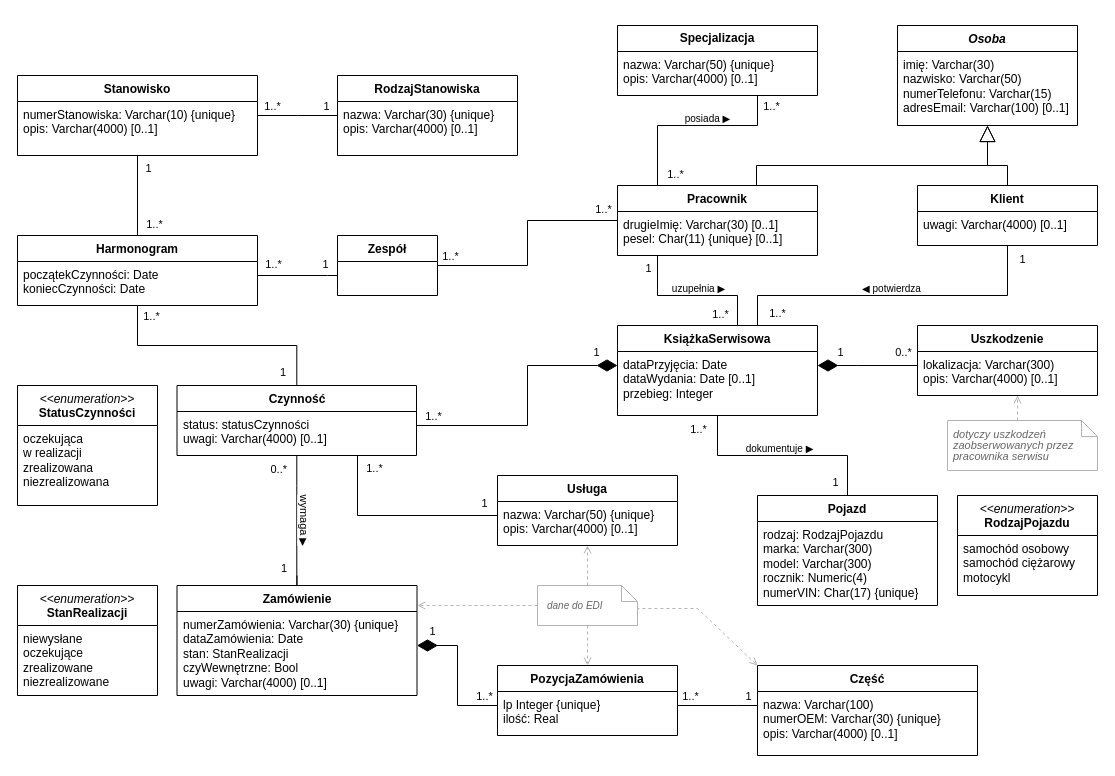
Before: moda_logiczny/drawio/MODA4_logiczny_p1.drawio in SSwiatlak/IT_SYSTEM_FOR_CAR_WORKSHOPS, a draw.io diagram. Source tidied: cells renumbered, new cells numbered last; positions are measured from the earlier drawing's top-left corner, leaving out a move shared by most shapes. Both pictures are drawn from the tidied source at 100%, with x=0, y=0 at pixel (17, 25).
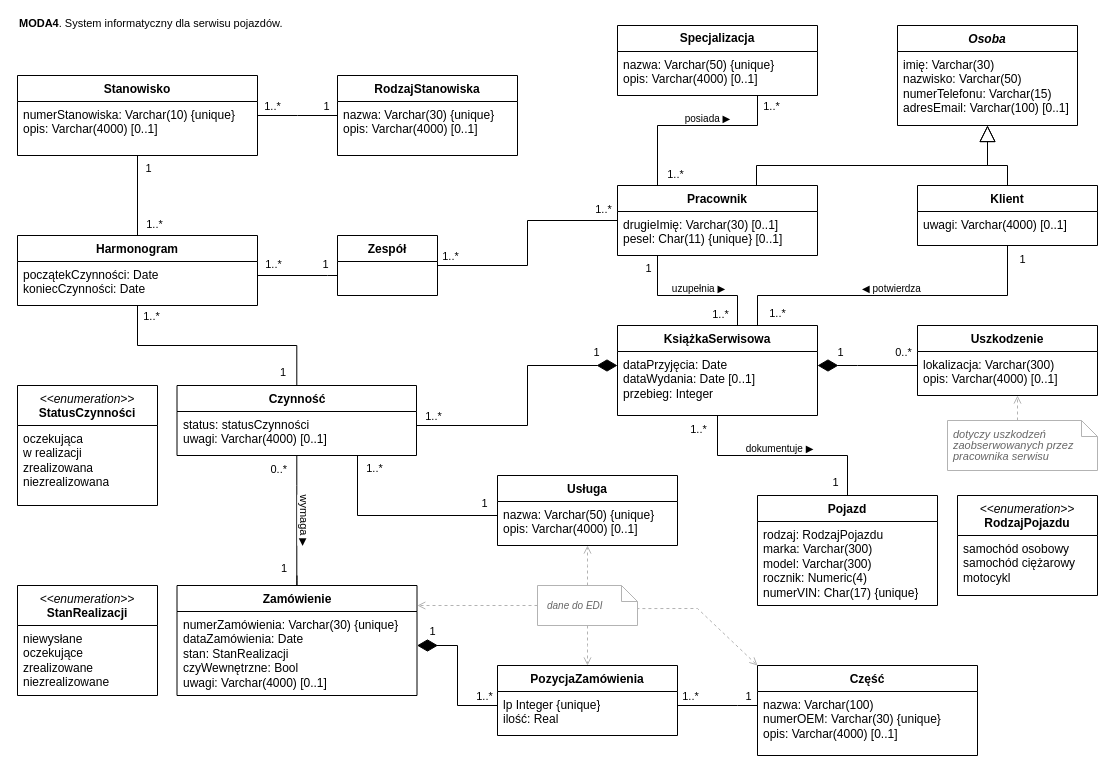
Above is the later version.

Commit message (it also covers changes not shown here):
Model logiczny: zmiany wiz 2

Diff of the diagram source:
```diff
@@
+    <mxCell id="101" value="&lt;b&gt;MODA4&lt;/b&gt;. System informatyczny dla serwisu pojazdów.&lt;div&gt;&lt;br&gt;&lt;/div&gt;" style="text;html=1;align=left;verticalAlign=middle;whiteSpace=wrap;rounded=0;fontFamily=Helvetica;fontSize=11;fontColor=default;labelBackgroundColor=default;" parent="1" vertex="1">
+      <mxGeometry width="300" height="10" as="geometry" />
+    </mxCell>
```
